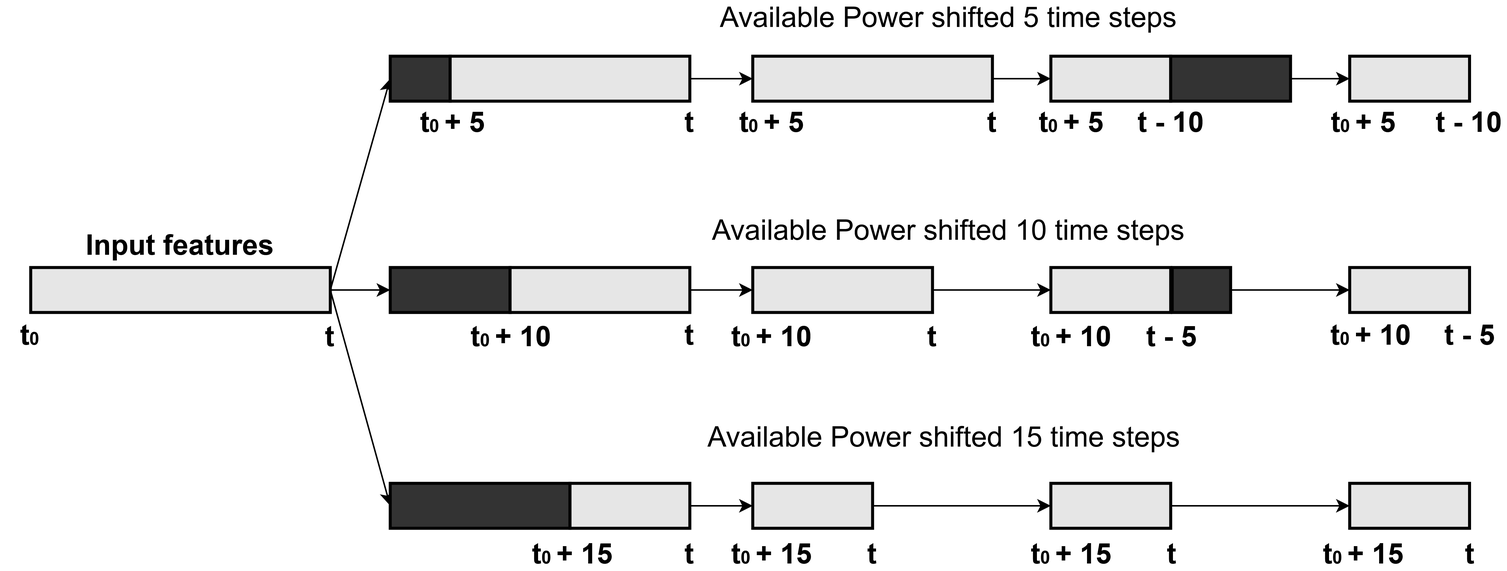
Earlier version of the draw.io export Images/Data Shift.png (tomasbogalho/Tom-s-Bogalho-MSc-Thesis-New). Source tidied: cells renumbered, new cells last; positions are measured from the earlier drawing's top-left corner, leaving out a move shared by most shapes.
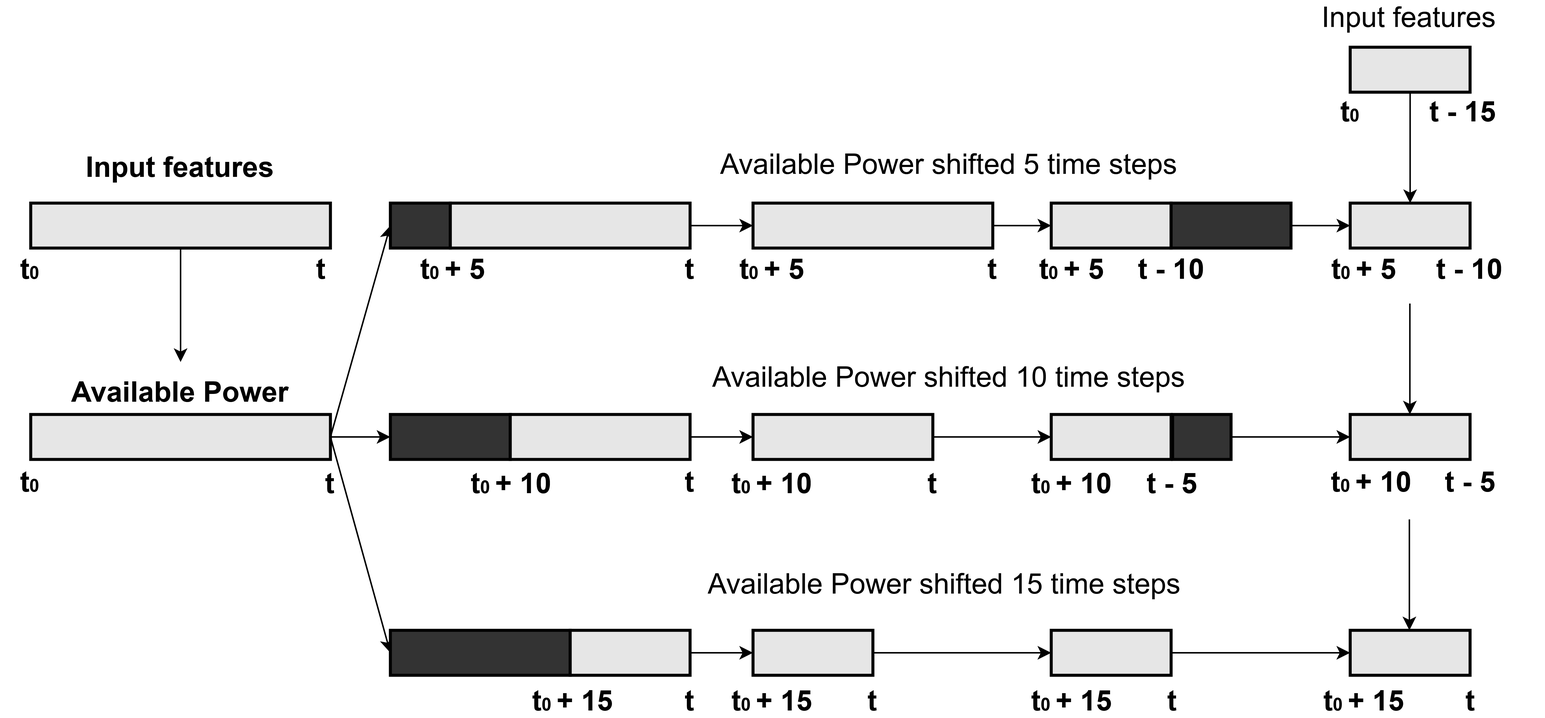
After the commit.

Change to the diagram source:
```diff
@@ -11,7 +11,7 @@
     <mxCell id="4" style="rounded=0;whiteSpace=wrap;html=1;fontStyle=1;strokeWidth=2;fillColor=#E6E6E6;" parent="1" vertex="1">
       <mxGeometry x="20" y="177" width="200" height="30" as="geometry" />
     </mxCell>
-    <mxCell id="5" value="&lt;font style=&quot;font-size: 19px&quot;&gt;Input features&lt;br&gt;&lt;/font&gt;" style="text;html=1;strokeColor=none;fillColor=none;align=center;verticalAlign=middle;whiteSpace=wrap;rounded=0;fontStyle=1;" parent="1" vertex="1">
+    <mxCell id="5" value="&lt;font style=&quot;font-size: 19px&quot;&gt;Available Power&lt;br&gt;&lt;/font&gt;" style="text;html=1;strokeColor=none;fillColor=none;align=center;verticalAlign=middle;whiteSpace=wrap;rounded=0;fontStyle=1;" parent="1" vertex="1">
       <mxGeometry y="152" width="240" height="20" as="geometry" />
     </mxCell>
     <mxCell id="6" style="edgeStyle=orthogonalEdgeStyle;rounded=0;jettySize=auto;html=1;exitX=1;exitY=0.5;exitDx=0;exitDy=0;entryX=0;entryY=0.5;entryDx=0;entryDy=0;fontStyle=1;" parent="1" edge="1" source="4" target="31">
@@ -80,6 +80,12 @@
     <mxCell id="27" value="&lt;font style=&quot;font-size: 19px&quot;&gt;Available Power shifted 15 time steps&lt;/font&gt;" style="text;html=1;strokeColor=none;fillColor=none;align=center;verticalAlign=middle;whiteSpace=wrap;rounded=0;" parent="9" vertex="1">
       <mxGeometry x="140.2" width="460" height="20" as="geometry" />
     </mxCell>
+    <mxCell id="69" style="edgeStyle=orthogonalEdgeStyle;rounded=0;orthogonalLoop=1;jettySize=auto;html=1;exitX=0.5;exitY=1;exitDx=0;exitDy=0;entryX=0.5;entryY=0;entryDx=0;entryDy=0;" parent="9" edge="1">
+      <mxGeometry relative="1" as="geometry">
+        <mxPoint x="680" y="-33" as="sourcePoint" />
+        <mxPoint x="680" y="41" as="targetPoint" />
+      </mxGeometry>
+    </mxCell>
     <mxCell id="28" style="group;" parent="1" vertex="1">
       <mxGeometry x="260" y="142" width="740.5" height="91" as="geometry" />
     </mxCell>
@@ -143,6 +149,12 @@
     <mxCell id="48" value="&lt;span&gt;&lt;font style=&quot;font-size: 19px&quot;&gt;Available Power shifted 10 time steps&lt;/font&gt;&lt;/span&gt;" style="text;html=1;strokeColor=none;fillColor=none;align=center;verticalAlign=middle;whiteSpace=wrap;rounded=0;fontStyle=0;" parent="28" vertex="1">
       <mxGeometry x="142.5" width="460" height="20" as="geometry" />
     </mxCell>
+    <mxCell id="70" style="edgeStyle=orthogonalEdgeStyle;rounded=0;orthogonalLoop=1;jettySize=auto;html=1;exitX=0.5;exitY=1;exitDx=0;exitDy=0;entryX=0.5;entryY=0;entryDx=0;entryDy=0;" parent="28" edge="1">
+      <mxGeometry relative="1" as="geometry">
+        <mxPoint x="680.3" y="-39" as="sourcePoint" />
+        <mxPoint x="680.3" y="35" as="targetPoint" />
+      </mxGeometry>
+    </mxCell>
     <mxCell id="49" style="group;" parent="1" vertex="1">
       <mxGeometry x="260" width="745" height="90" as="geometry" />
     </mxCell>
@@ -203,5 +215,37 @@
     <mxCell id="68" value="&lt;font style=&quot;font-size: 19px&quot;&gt;t&lt;/font&gt;&lt;font style=&quot;font-size: 19px&quot;&gt; - 10&lt;br&gt;&lt;/font&gt;" style="text;html=1;strokeColor=none;fillColor=none;align=center;verticalAlign=middle;whiteSpace=wrap;rounded=0;dashed=1;fontStyle=1;" parent="51" vertex="1">
       <mxGeometry x="696" y="34" width="49" height="20" as="geometry" />
     </mxCell>
+    <mxCell id="71" style="edgeStyle=orthogonalEdgeStyle;rounded=0;jettySize=auto;html=1;exitX=0.5;exitY=1;exitDx=0;exitDy=0;" parent="1" edge="1" source="72">
+      <mxGeometry relative="1" as="geometry">
+        <mxPoint x="120" y="142" as="targetPoint" />
+      </mxGeometry>
+    </mxCell>
+    <mxCell id="72" style="rounded=0;whiteSpace=wrap;html=1;fontStyle=1;strokeWidth=2;fillColor=#E6E6E6;" parent="1" vertex="1">
+      <mxGeometry x="20" y="36" width="200" height="30" as="geometry" />
+    </mxCell>
+    <mxCell id="73" value="&lt;font style=&quot;font-size: 19px&quot;&gt;t&lt;/font&gt;0" style="text;html=1;strokeColor=none;fillColor=none;align=center;verticalAlign=middle;whiteSpace=wrap;rounded=0;dashed=1;fontStyle=1;" parent="1" vertex="1">
+      <mxGeometry y="70" width="40" height="20" as="geometry" />
+    </mxCell>
+    <mxCell id="74" value="&lt;font style=&quot;font-size: 19px&quot;&gt;t&lt;/font&gt;" style="text;html=1;strokeColor=none;fillColor=none;align=center;verticalAlign=middle;whiteSpace=wrap;rounded=0;dashed=1;fontStyle=1;" parent="1" vertex="1">
+      <mxGeometry x="194" y="70" width="40" height="20" as="geometry" />
+    </mxCell>
+    <mxCell id="75" value="&lt;font style=&quot;font-size: 19px&quot;&gt;Input features&lt;br&gt;&lt;/font&gt;" style="text;html=1;strokeColor=none;fillColor=none;align=center;verticalAlign=middle;whiteSpace=wrap;rounded=0;fontStyle=1;" parent="1" vertex="1">
+      <mxGeometry y="2" width="240" height="20" as="geometry" />
+    </mxCell>
+    <mxCell id="76" style="edgeStyle=orthogonalEdgeStyle;rounded=0;jettySize=auto;html=1;exitX=0.5;exitY=1;exitDx=0;exitDy=0;entryX=0.5;entryY=0;entryDx=0;entryDy=0;" parent="1" edge="1" source="77" target="59">
+      <mxGeometry relative="1" as="geometry" />
+    </mxCell>
+    <mxCell id="77" style="rounded=0;whiteSpace=wrap;html=1;fontStyle=1;strokeWidth=2;fillColor=#E6E6E6;" parent="1" vertex="1">
+      <mxGeometry x="900.5" y="-68" width="80" height="30" as="geometry" />
+    </mxCell>
+    <mxCell id="78" value="&lt;font style=&quot;font-size: 19px&quot;&gt;Input features&lt;/font&gt;" style="text;html=1;strokeColor=none;fillColor=none;align=center;verticalAlign=middle;whiteSpace=wrap;rounded=0;" parent="1" vertex="1">
+      <mxGeometry x="850" y="-98" width="180" height="20" as="geometry" />
+    </mxCell>
+    <mxCell id="79" value="&lt;font style=&quot;font-size: 19px&quot;&gt;t&lt;/font&gt;0" style="text;html=1;strokeColor=none;fillColor=none;align=center;verticalAlign=middle;whiteSpace=wrap;rounded=0;dashed=1;fontStyle=1;" parent="1" vertex="1">
+      <mxGeometry x="881" y="-35" width="40" height="20" as="geometry" />
+    </mxCell>
+    <mxCell id="80" value="&lt;font style=&quot;font-size: 19px&quot;&gt;t&lt;/font&gt;&lt;font style=&quot;font-size: 19px&quot;&gt; - 15&lt;/font&gt;" style="text;html=1;strokeColor=none;fillColor=none;align=center;verticalAlign=middle;whiteSpace=wrap;rounded=0;dashed=1;fontStyle=1;" parent="1" vertex="1">
+      <mxGeometry x="945.5" y="-35" width="59.5" height="20" as="geometry" />
+    </mxCell>
   </root>
 </mxGraphModel>
```
